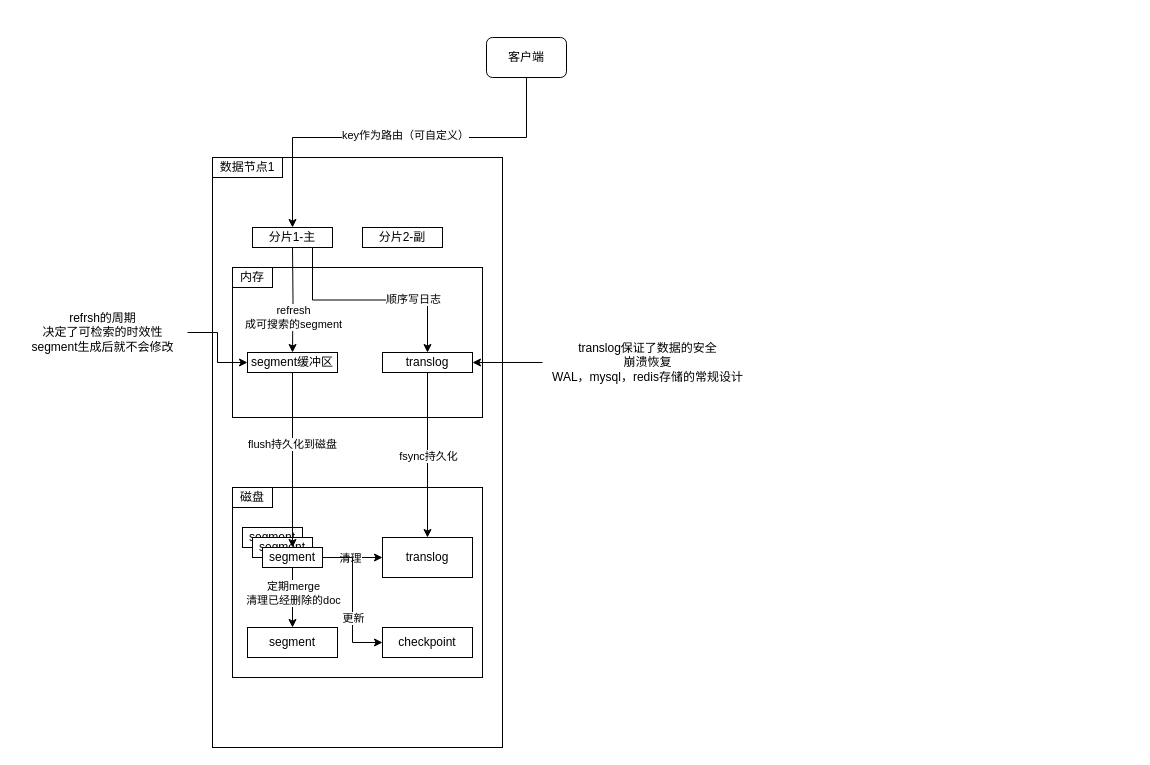
Above: storage.drawio in lovercode/drawio (draw.io), before the change. Source tidied: cells renumbered, new cells numbered last; positions are measured from the earlier drawing's top-left corner, leaving out a move shared by most shapes. Both pictures are drawn from the tidied source at 100%, with x=0, y=0 at pixel (17, 37).
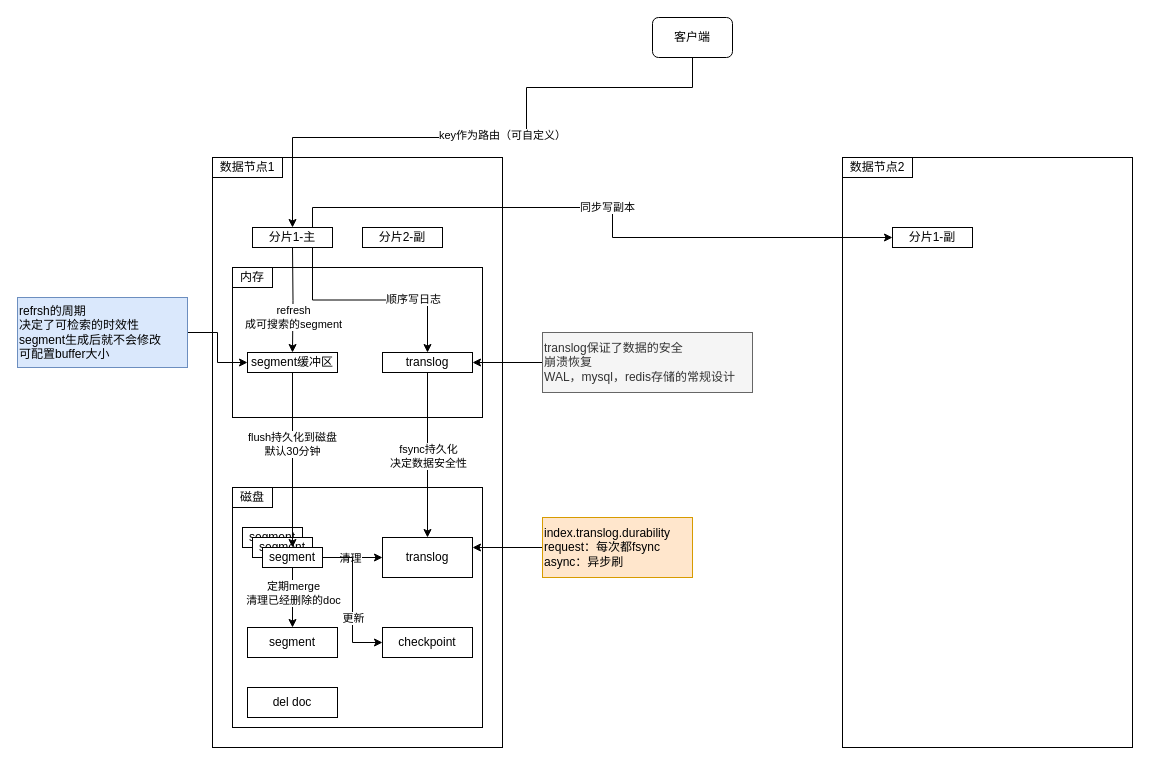
The same page after the edit.

The change refers to these unchanged cells:
```xml
<mxCell id="12" value="分片1-主" style="rounded=0;whiteSpace=wrap;html=1;" parent="1" vertex="1">
  <mxGeometry x="235" y="190" width="80" height="20" as="geometry" />
</mxCell>
<mxCell id="16" style="edgeStyle=orthogonalEdgeStyle;rounded=0;jettySize=auto;html=1;entryX=0.5;entryY=0;entryDx=0;entryDy=0;" parent="1" edge="1" source="18" target="36">
  <mxGeometry relative="1" as="geometry" />
</mxCell>
<mxCell id="34" style="edgeStyle=orthogonalEdgeStyle;rounded=0;jettySize=auto;html=1;exitX=0.5;exitY=1;exitDx=0;exitDy=0;entryX=0.5;entryY=0;entryDx=0;entryDy=0;" parent="1" edge="1" source="15" target="33">
  <mxGeometry relative="1" as="geometry" />
</mxCell>
<mxCell id="36" value="translog" style="rounded=0;whiteSpace=wrap;html=1;" parent="1" vertex="1">
  <mxGeometry x="365" y="500" width="90" height="40" as="geometry" />
</mxCell>
```

Diff of the diagram source:
```diff
@@
     <mxCell id="3" style="edgeStyle=orthogonalEdgeStyle;rounded=0;jettySize=auto;html=1;exitX=0.5;exitY=1;exitDx=0;exitDy=0;entryX=0.5;entryY=0;entryDx=0;entryDy=0;" parent="1" edge="1" source="5" target="12">
       <mxGeometry relative="1" as="geometry">
         <Array as="points">
+          <mxPoint x="675" y="50" />
+          <mxPoint x="509" y="50" />
           <mxPoint x="509" y="100" />
           <mxPoint x="275" y="100" />
         </Array>
       </mxGeometry>
     </mxCell>
@@
     <mxCell id="5" value="客户端" style="rounded=1;whiteSpace=wrap;html=1;" parent="1" vertex="1">
-      <mxGeometry x="469" width="80" height="40" as="geometry" />
+      <mxGeometry x="635" y="-20" width="80" height="40" as="geometry" />
     </mxCell>
@@
+    <mxCell id="39" value="同步写副本" style="edgeStyle=orthogonalEdgeStyle;rounded=0;jettySize=auto;html=1;exitX=0.75;exitY=0;exitDx=0;exitDy=0;entryX=0;entryY=0.5;entryDx=0;entryDy=0;" parent="1" edge="1" source="12" target="42">
+      <mxGeometry relative="1" as="geometry" />
+    </mxCell>
@@
-    <mxCell id="17" value="fsync持久化" style="edgeLabel;html=1;align=center;verticalAlign=middle;" parent="16" vertex="1">
+    <mxCell id="17" value="fsync持久化&lt;br&gt;决定数据安全性" style="edgeLabel;html=1;align=center;verticalAlign=middle;" parent="16" vertex="1">
       <mxGeometry relative="1" as="geometry" />
     </mxCell>
@@
-    <mxCell id="20" value="refrsh的周期&lt;div&gt;决定了可检索的时效性&lt;br&gt;segment生成后就不会修改&lt;/div&gt;" style="text;html=1;align=center;verticalAlign=middle;points=[];strokeColor=none;fillColor=none;" parent="1" vertex="1">
-      <mxGeometry y="265" width="170" height="60" as="geometry" />
+    <mxCell id="20" value="refrsh的周期&lt;div&gt;决定了可检索的时效性&lt;br&gt;segment生成后就不会修改&lt;br&gt;可配置buffer大小&lt;/div&gt;" style="text;html=1;align=left;verticalAlign=middle;points=[];strokeColor=#6c8ebf;fillColor=#dae8fc;" parent="1" vertex="1">
+      <mxGeometry y="260" width="170" height="70" as="geometry" />
     </mxCell>
@@
-    <mxCell id="22" value="translog保证了数据的安全&lt;br&gt;崩溃恢复&lt;br&gt;WAL，mysql，redis存储的常规设计" style="text;html=1;align=center;verticalAlign=middle;points=[];strokeColor=none;fillColor=none;" parent="1" vertex="1">
+    <mxCell id="22" value="translog保证了数据的安全&lt;br&gt;崩溃恢复&lt;br&gt;WAL，mysql，redis存储的常规设计" style="text;html=1;align=left;verticalAlign=middle;points=[];strokeColor=#666666;fillColor=#f5f5f5;fontColor=#333333;" parent="1" vertex="1">
       <mxGeometry x="525" y="295" width="210" height="60" as="geometry" />
     </mxCell>
     <mxCell id="23" style="rounded=0;whiteSpace=wrap;html=1;fillColor=none;" parent="1" vertex="1">
-      <mxGeometry x="215" y="450" width="250" height="190" as="geometry" />
+      <mxGeometry x="215" y="450" width="250" height="240" as="geometry" />
     </mxCell>
@@
-    <mxCell id="35" value="flush持久化到磁盘" style="edgeLabel;html=1;align=center;verticalAlign=middle;" parent="34" vertex="1">
+    <mxCell id="35" value="flush持久化到磁盘&lt;br&gt;默认30分钟" style="edgeLabel;html=1;align=center;verticalAlign=middle;" parent="34" vertex="1">
       <mxGeometry x="-0.19" y="-1" relative="1" as="geometry" />
     </mxCell>
@@
+    <mxCell id="40" style="rounded=0;whiteSpace=wrap;html=1;fillColor=none;" parent="1" vertex="1">
+      <mxGeometry x="825" y="120" width="290" height="590" as="geometry" />
+    </mxCell>
+    <mxCell id="41" value="数据节点2" style="rounded=0;whiteSpace=wrap;html=1;" parent="1" vertex="1">
+      <mxGeometry x="825" y="120" width="70" height="20" as="geometry" />
+    </mxCell>
+    <mxCell id="42" value="分片1-副" style="rounded=0;whiteSpace=wrap;html=1;" parent="1" vertex="1">
+      <mxGeometry x="875" y="190" width="80" height="20" as="geometry" />
+    </mxCell>
+    <mxCell id="43" style="edgeStyle=orthogonalEdgeStyle;rounded=0;jettySize=auto;html=1;entryX=1;entryY=0.25;entryDx=0;entryDy=0;" parent="1" edge="1" source="44" target="36">
+      <mxGeometry relative="1" as="geometry" />
+    </mxCell>
+    <mxCell id="44" value="index.translog.durability&lt;br&gt;request：每次都fsync&lt;br&gt;async：异步刷" style="text;html=1;align=left;verticalAlign=middle;points=[];strokeColor=#d79b00;fillColor=#ffe6cc;" parent="1" vertex="1">
+      <mxGeometry x="525" y="480" width="150" height="60" as="geometry" />
+    </mxCell>
+    <mxCell id="45" value="del doc" style="rounded=0;whiteSpace=wrap;html=1;" parent="1" vertex="1">
+      <mxGeometry x="230" y="650" width="90" height="30" as="geometry" />
+    </mxCell>
```
